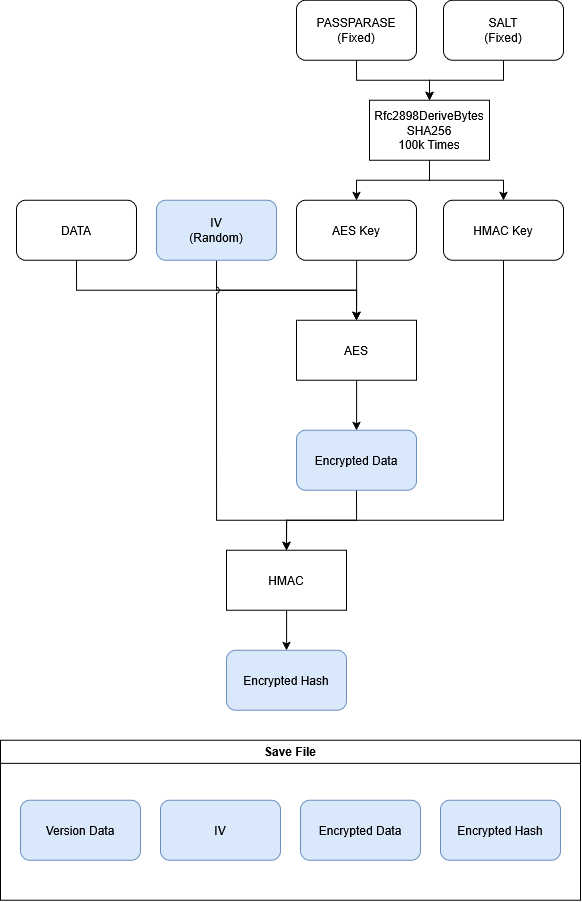
The draw.io diagram Docs/readme_Image/Save.png in JoKangHyeon/TowerAndDragon, before a commit. Source tidied: cells renumbered, new cells last; positions are measured from the earlier drawing's top-left corner, leaving out a move shared by most shapes. Its diagram source:
```xml
<mxGraphModel>
  <root>
    <mxCell id="0" />
    <mxCell id="1" parent="0" />
    <mxCell id="2" value="Save File" style="swimlane;whiteSpace=wrap;html=1;startSize=23;" parent="1" vertex="1">
      <mxGeometry y="740" width="580" height="160" as="geometry" />
    </mxCell>
    <mxCell id="3" style="group;" parent="2" vertex="1">
      <mxGeometry x="20" y="60" width="540" height="60" as="geometry" />
    </mxCell>
    <mxCell id="4" value="&lt;div&gt;IV&lt;/div&gt;" style="rounded=1;whiteSpace=wrap;html=1;fillColor=#dae8fc;strokeColor=#6c8ebf;" parent="3" vertex="1">
      <mxGeometry x="140" width="120" height="60" as="geometry" />
    </mxCell>
    <mxCell id="5" value="Version Data" style="rounded=1;whiteSpace=wrap;html=1;fillColor=#dae8fc;strokeColor=#6c8ebf;" parent="3" vertex="1">
      <mxGeometry width="120" height="60" as="geometry" />
    </mxCell>
    <mxCell id="6" value="Encrypted Data" style="rounded=1;whiteSpace=wrap;html=1;fillColor=#dae8fc;strokeColor=#6c8ebf;" parent="3" vertex="1">
      <mxGeometry x="280" width="120" height="60" as="geometry" />
    </mxCell>
    <mxCell id="7" value="Encrypted Hash" style="rounded=1;whiteSpace=wrap;html=1;fillColor=#dae8fc;strokeColor=#6c8ebf;" parent="3" vertex="1">
      <mxGeometry x="420" width="120" height="60" as="geometry" />
    </mxCell>
    <mxCell id="8" style="group;" parent="1" vertex="1">
      <mxGeometry x="16" width="547" height="710" as="geometry" />
    </mxCell>
    <mxCell id="9" style="edgeStyle=orthogonalEdgeStyle;rounded=0;jettySize=auto;html=1;exitX=0.5;exitY=1;exitDx=0;exitDy=0;entryX=0.5;entryY=0;entryDx=0;entryDy=0;" parent="8" edge="1" source="10" target="26">
      <mxGeometry relative="1" as="geometry" />
    </mxCell>
    <mxCell id="10" value="DATA" style="rounded=1;whiteSpace=wrap;html=1;" parent="8" vertex="1">
      <mxGeometry y="200" width="120" height="60" as="geometry" />
    </mxCell>
    <mxCell id="11" style="edgeStyle=orthogonalEdgeStyle;rounded=0;jettySize=auto;html=1;exitX=0.5;exitY=1;exitDx=0;exitDy=0;entryX=0.5;entryY=0;entryDx=0;entryDy=0;" parent="8" edge="1" source="12" target="17">
      <mxGeometry relative="1" as="geometry" />
    </mxCell>
    <mxCell id="12" value="&lt;div&gt;PASSPARASE&lt;/div&gt;&lt;div&gt;(Fixed)&lt;/div&gt;" style="rounded=1;whiteSpace=wrap;html=1;" parent="8" vertex="1">
      <mxGeometry x="280" width="120" height="60" as="geometry" />
    </mxCell>
    <mxCell id="13" style="edgeStyle=orthogonalEdgeStyle;rounded=0;jettySize=auto;html=1;exitX=0.5;exitY=1;exitDx=0;exitDy=0;entryX=0.5;entryY=0;entryDx=0;entryDy=0;" parent="8" edge="1" source="14" target="17">
      <mxGeometry relative="1" as="geometry" />
    </mxCell>
    <mxCell id="14" value="&lt;div&gt;SALT&lt;/div&gt;&lt;div&gt;(Fixed)&lt;/div&gt;" style="rounded=1;whiteSpace=wrap;html=1;" parent="8" vertex="1">
      <mxGeometry x="427" width="120" height="60" as="geometry" />
    </mxCell>
    <mxCell id="15" style="edgeStyle=orthogonalEdgeStyle;rounded=0;jettySize=auto;html=1;exitX=0.5;exitY=1;exitDx=0;exitDy=0;entryX=0.5;entryY=0;entryDx=0;entryDy=0;" parent="8" edge="1" source="17" target="19">
      <mxGeometry relative="1" as="geometry" />
    </mxCell>
    <mxCell id="16" style="edgeStyle=orthogonalEdgeStyle;rounded=0;jettySize=auto;html=1;exitX=0.5;exitY=1;exitDx=0;exitDy=0;entryX=0.5;entryY=0;entryDx=0;entryDy=0;" parent="8" edge="1" source="17" target="21">
      <mxGeometry relative="1" as="geometry" />
    </mxCell>
    <mxCell id="17" value="&lt;div&gt;Rfc2898DeriveBytes&lt;/div&gt;&lt;div&gt;SHA256&lt;/div&gt;&lt;div&gt;100k Times&lt;/div&gt;" style="rounded=0;whiteSpace=wrap;html=1;" parent="8" vertex="1">
      <mxGeometry x="353" y="100" width="120" height="60" as="geometry" />
    </mxCell>
    <mxCell id="18" style="edgeStyle=orthogonalEdgeStyle;rounded=0;jettySize=auto;html=1;exitX=0.5;exitY=1;exitDx=0;exitDy=0;entryX=0.5;entryY=0;entryDx=0;entryDy=0;" parent="8" edge="1" source="19" target="26">
      <mxGeometry relative="1" as="geometry" />
    </mxCell>
    <mxCell id="19" value="AES Key" style="rounded=1;whiteSpace=wrap;html=1;" parent="8" vertex="1">
      <mxGeometry x="280" y="200" width="120" height="60" as="geometry" />
    </mxCell>
    <mxCell id="20" style="edgeStyle=orthogonalEdgeStyle;rounded=0;jettySize=auto;html=1;exitX=0.5;exitY=1;exitDx=0;exitDy=0;entryX=0.5;entryY=0;entryDx=0;entryDy=0;" parent="8" edge="1" source="21">
      <mxGeometry relative="1" as="geometry">
        <mxPoint x="270" y="560" as="targetPoint" />
        <Array as="points">
          <mxPoint x="487" y="520" />
          <mxPoint x="270" y="520" />
        </Array>
      </mxGeometry>
    </mxCell>
    <mxCell id="21" value="HMAC Key" style="rounded=1;whiteSpace=wrap;html=1;" parent="8" vertex="1">
      <mxGeometry x="427" y="200" width="120" height="60" as="geometry" />
    </mxCell>
    <mxCell id="22" style="edgeStyle=orthogonalEdgeStyle;rounded=0;jettySize=auto;html=1;entryX=0.5;entryY=0;entryDx=0;entryDy=0;" parent="8" edge="1" target="26">
      <mxGeometry relative="1" as="geometry">
        <mxPoint x="200" y="260" as="sourcePoint" />
        <Array as="points">
          <mxPoint x="200" y="290" />
          <mxPoint x="340" y="290" />
        </Array>
      </mxGeometry>
    </mxCell>
    <mxCell id="23" style="edgeStyle=orthogonalEdgeStyle;rounded=0;jettySize=auto;html=1;exitX=0.5;exitY=1;exitDx=0;exitDy=0;entryX=0.5;entryY=0;entryDx=0;entryDy=0;jumpStyle=arc;" parent="8" edge="1" source="24" target="30">
      <mxGeometry relative="1" as="geometry">
        <Array as="points">
          <mxPoint x="200" y="520" />
          <mxPoint x="270" y="520" />
        </Array>
      </mxGeometry>
    </mxCell>
    <mxCell id="24" value="&lt;div&gt;IV&lt;/div&gt;&lt;div&gt;(Random)&lt;/div&gt;" style="rounded=1;whiteSpace=wrap;html=1;fillColor=#dae8fc;strokeColor=#6c8ebf;" parent="8" vertex="1">
      <mxGeometry x="140" y="200" width="120" height="60" as="geometry" />
    </mxCell>
    <mxCell id="25" style="edgeStyle=orthogonalEdgeStyle;rounded=0;jettySize=auto;html=1;exitX=0.5;exitY=1;exitDx=0;exitDy=0;entryX=0.5;entryY=0;entryDx=0;entryDy=0;" parent="8" edge="1" source="26" target="28">
      <mxGeometry relative="1" as="geometry" />
    </mxCell>
    <mxCell id="26" value="AES" style="rounded=0;whiteSpace=wrap;html=1;" parent="8" vertex="1">
      <mxGeometry x="280" y="320" width="120" height="60" as="geometry" />
    </mxCell>
    <mxCell id="27" style="edgeStyle=orthogonalEdgeStyle;rounded=0;jettySize=auto;html=1;exitX=0.5;exitY=1;exitDx=0;exitDy=0;entryX=0.5;entryY=0;entryDx=0;entryDy=0;" parent="8" edge="1" source="28" target="30">
      <mxGeometry relative="1" as="geometry" />
    </mxCell>
    <mxCell id="28" value="Encrypted Data" style="rounded=1;whiteSpace=wrap;html=1;fillColor=#dae8fc;strokeColor=#6c8ebf;" parent="8" vertex="1">
      <mxGeometry x="280" y="430" width="120" height="60" as="geometry" />
    </mxCell>
    <mxCell id="29" style="edgeStyle=orthogonalEdgeStyle;rounded=0;jettySize=auto;html=1;exitX=0.5;exitY=1;exitDx=0;exitDy=0;entryX=0.5;entryY=0;entryDx=0;entryDy=0;" parent="8" edge="1" source="30" target="31">
      <mxGeometry relative="1" as="geometry" />
    </mxCell>
    <mxCell id="30" value="&lt;div&gt;HMAC&lt;/div&gt;" style="rounded=0;whiteSpace=wrap;html=1;" parent="8" vertex="1">
      <mxGeometry x="210" y="550" width="120" height="60" as="geometry" />
    </mxCell>
    <mxCell id="31" value="Encrypted Hash" style="rounded=1;whiteSpace=wrap;html=1;fillColor=#dae8fc;strokeColor=#6c8ebf;" parent="8" vertex="1">
      <mxGeometry x="210" y="650" width="120" height="60" as="geometry" />
    </mxCell>
  </root>
</mxGraphModel>
```
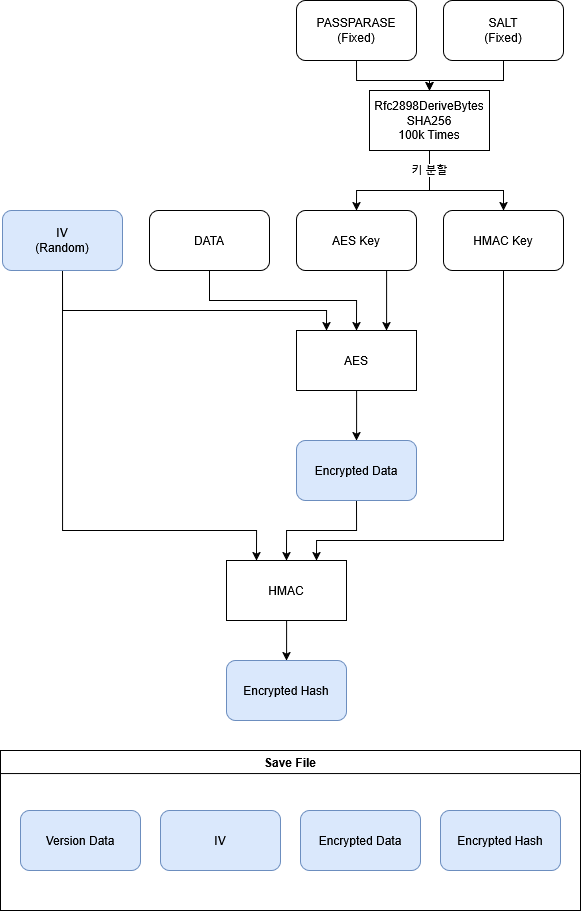
Later version of the same file.

The edit, as a diff of the source:
```diff
@@ -20,94 +20,99 @@
     <mxCell id="7" value="Encrypted Hash" style="rounded=1;whiteSpace=wrap;html=1;fillColor=#dae8fc;strokeColor=#6c8ebf;" parent="3" vertex="1">
       <mxGeometry x="420" width="120" height="60" as="geometry" />
     </mxCell>
-    <mxCell id="8" style="group;" parent="1" vertex="1">
-      <mxGeometry x="16" width="547" height="710" as="geometry" />
-    </mxCell>
-    <mxCell id="9" style="edgeStyle=orthogonalEdgeStyle;rounded=0;jettySize=auto;html=1;exitX=0.5;exitY=1;exitDx=0;exitDy=0;entryX=0.5;entryY=0;entryDx=0;entryDy=0;" parent="8" edge="1" source="10" target="26">
+    <mxCell id="9" style="edgeStyle=orthogonalEdgeStyle;rounded=0;jettySize=auto;html=1;exitX=0.5;exitY=1;exitDx=0;exitDy=0;entryX=0.5;entryY=0;entryDx=0;entryDy=0;" parent="1" edge="1" source="10" target="26">
       <mxGeometry relative="1" as="geometry" />
     </mxCell>
-    <mxCell id="10" value="DATA" style="rounded=1;whiteSpace=wrap;html=1;" parent="8" vertex="1">
-      <mxGeometry y="200" width="120" height="60" as="geometry" />
+    <mxCell id="10" value="DATA" style="rounded=1;whiteSpace=wrap;html=1;" parent="1" vertex="1">
+      <mxGeometry x="149" y="200" width="120" height="60" as="geometry" />
     </mxCell>
-    <mxCell id="11" style="edgeStyle=orthogonalEdgeStyle;rounded=0;jettySize=auto;html=1;exitX=0.5;exitY=1;exitDx=0;exitDy=0;entryX=0.5;entryY=0;entryDx=0;entryDy=0;" parent="8" edge="1" source="12" target="17">
+    <mxCell id="11" style="edgeStyle=orthogonalEdgeStyle;rounded=0;jettySize=auto;html=1;exitX=0.5;exitY=1;exitDx=0;exitDy=0;entryX=0.5;entryY=0;entryDx=0;entryDy=0;" parent="1" edge="1" source="12" target="17">
       <mxGeometry relative="1" as="geometry" />
     </mxCell>
-    <mxCell id="12" value="&lt;div&gt;PASSPARASE&lt;/div&gt;&lt;div&gt;(Fixed)&lt;/div&gt;" style="rounded=1;whiteSpace=wrap;html=1;" parent="8" vertex="1">
-      <mxGeometry x="280" width="120" height="60" as="geometry" />
+    <mxCell id="12" value="&lt;div&gt;PASSPARASE&lt;/div&gt;&lt;div&gt;(Fixed)&lt;/div&gt;" style="rounded=1;whiteSpace=wrap;html=1;" parent="1" vertex="1">
+      <mxGeometry x="296" y="-10" width="120" height="60" as="geometry" />
     </mxCell>
-    <mxCell id="13" style="edgeStyle=orthogonalEdgeStyle;rounded=0;jettySize=auto;html=1;exitX=0.5;exitY=1;exitDx=0;exitDy=0;entryX=0.5;entryY=0;entryDx=0;entryDy=0;" parent="8" edge="1" source="14" target="17">
+    <mxCell id="13" style="edgeStyle=orthogonalEdgeStyle;rounded=0;jettySize=auto;html=1;exitX=0.5;exitY=1;exitDx=0;exitDy=0;entryX=0.5;entryY=0;entryDx=0;entryDy=0;" parent="1" edge="1" source="14" target="17">
       <mxGeometry relative="1" as="geometry" />
     </mxCell>
-    <mxCell id="14" value="&lt;div&gt;SALT&lt;/div&gt;&lt;div&gt;(Fixed)&lt;/div&gt;" style="rounded=1;whiteSpace=wrap;html=1;" parent="8" vertex="1">
-      <mxGeometry x="427" width="120" height="60" as="geometry" />
+    <mxCell id="14" value="&lt;div&gt;SALT&lt;/div&gt;&lt;div&gt;(Fixed)&lt;/div&gt;" style="rounded=1;whiteSpace=wrap;html=1;" parent="1" vertex="1">
+      <mxGeometry x="443" y="-10" width="120" height="60" as="geometry" />
     </mxCell>
-    <mxCell id="15" style="edgeStyle=orthogonalEdgeStyle;rounded=0;jettySize=auto;html=1;exitX=0.5;exitY=1;exitDx=0;exitDy=0;entryX=0.5;entryY=0;entryDx=0;entryDy=0;" parent="8" edge="1" source="17" target="19">
-      <mxGeometry relative="1" as="geometry" />
+    <mxCell id="15" style="edgeStyle=orthogonalEdgeStyle;rounded=0;jettySize=auto;html=1;exitX=0.5;exitY=1;exitDx=0;exitDy=0;entryX=0.5;entryY=0;entryDx=0;entryDy=0;" parent="1" edge="1" source="17" target="19">
+      <mxGeometry relative="1" as="geometry">
+        <Array as="points">
+          <mxPoint x="429" y="180" />
+          <mxPoint x="356" y="180" />
+        </Array>
+      </mxGeometry>
     </mxCell>
-    <mxCell id="16" style="edgeStyle=orthogonalEdgeStyle;rounded=0;jettySize=auto;html=1;exitX=0.5;exitY=1;exitDx=0;exitDy=0;entryX=0.5;entryY=0;entryDx=0;entryDy=0;" parent="8" edge="1" source="17" target="21">
-      <mxGeometry relative="1" as="geometry" />
+    <mxCell id="16" value="키 분할" style="edgeStyle=orthogonalEdgeStyle;rounded=0;jettySize=auto;html=1;exitX=0.5;exitY=1;exitDx=0;exitDy=0;entryX=0.5;entryY=0;entryDx=0;entryDy=0;" parent="1" edge="1" source="17" target="21">
+      <mxGeometry x="-0.7" relative="1" as="geometry">
+        <Array as="points">
+          <mxPoint x="429" y="180" />
+          <mxPoint x="503" y="180" />
+        </Array>
+      </mxGeometry>
     </mxCell>
-    <mxCell id="17" value="&lt;div&gt;Rfc2898DeriveBytes&lt;/div&gt;&lt;div&gt;SHA256&lt;/div&gt;&lt;div&gt;100k Times&lt;/div&gt;" style="rounded=0;whiteSpace=wrap;html=1;" parent="8" vertex="1">
-      <mxGeometry x="353" y="100" width="120" height="60" as="geometry" />
+    <mxCell id="17" value="&lt;div&gt;Rfc2898DeriveBytes&lt;/div&gt;&lt;div&gt;SHA256&lt;/div&gt;&lt;div&gt;100k Times&lt;/div&gt;" style="rounded=0;whiteSpace=wrap;html=1;" parent="1" vertex="1">
+      <mxGeometry x="369" y="80" width="120" height="60" as="geometry" />
     </mxCell>
-    <mxCell id="18" style="edgeStyle=orthogonalEdgeStyle;rounded=0;jettySize=auto;html=1;exitX=0.5;exitY=1;exitDx=0;exitDy=0;entryX=0.5;entryY=0;entryDx=0;entryDy=0;" parent="8" edge="1" source="19" target="26">
+    <mxCell id="18" style="edgeStyle=orthogonalEdgeStyle;rounded=0;jettySize=auto;html=1;exitX=0.75;exitY=1;exitDx=0;exitDy=0;entryX=0.75;entryY=0;entryDx=0;entryDy=0;" parent="1" edge="1" source="19" target="26">
       <mxGeometry relative="1" as="geometry" />
     </mxCell>
-    <mxCell id="19" value="AES Key" style="rounded=1;whiteSpace=wrap;html=1;" parent="8" vertex="1">
-      <mxGeometry x="280" y="200" width="120" height="60" as="geometry" />
+    <mxCell id="19" value="AES Key" style="rounded=1;whiteSpace=wrap;html=1;" parent="1" vertex="1">
+      <mxGeometry x="296" y="200" width="120" height="60" as="geometry" />
     </mxCell>
-    <mxCell id="20" style="edgeStyle=orthogonalEdgeStyle;rounded=0;jettySize=auto;html=1;exitX=0.5;exitY=1;exitDx=0;exitDy=0;entryX=0.5;entryY=0;entryDx=0;entryDy=0;" parent="8" edge="1" source="21">
+    <mxCell id="20" style="edgeStyle=orthogonalEdgeStyle;rounded=0;jettySize=auto;html=1;exitX=0.5;exitY=1;exitDx=0;exitDy=0;entryX=0.75;entryY=0;entryDx=0;entryDy=0;" parent="1" edge="1" source="21" target="30">
       <mxGeometry relative="1" as="geometry">
-        <mxPoint x="270" y="560" as="targetPoint" />
         <Array as="points">
-          <mxPoint x="487" y="520" />
-          <mxPoint x="270" y="520" />
+          <mxPoint x="503" y="530" />
+          <mxPoint x="316" y="530" />
         </Array>
       </mxGeometry>
     </mxCell>
-    <mxCell id="21" value="HMAC Key" style="rounded=1;whiteSpace=wrap;html=1;" parent="8" vertex="1">
-      <mxGeometry x="427" y="200" width="120" height="60" as="geometry" />
+    <mxCell id="21" value="HMAC Key" style="rounded=1;whiteSpace=wrap;html=1;" parent="1" vertex="1">
+      <mxGeometry x="443" y="200" width="120" height="60" as="geometry" />
     </mxCell>
-    <mxCell id="22" style="edgeStyle=orthogonalEdgeStyle;rounded=0;jettySize=auto;html=1;entryX=0.5;entryY=0;entryDx=0;entryDy=0;" parent="8" edge="1" target="26">
-      <mxGeometry relative="1" as="geometry">
-        <mxPoint x="200" y="260" as="sourcePoint" />
-        <Array as="points">
-          <mxPoint x="200" y="290" />
-          <mxPoint x="340" y="290" />
-        </Array>
-      </mxGeometry>
-    </mxCell>
-    <mxCell id="23" style="edgeStyle=orthogonalEdgeStyle;rounded=0;jettySize=auto;html=1;exitX=0.5;exitY=1;exitDx=0;exitDy=0;entryX=0.5;entryY=0;entryDx=0;entryDy=0;jumpStyle=arc;" parent="8" edge="1" source="24" target="30">
+    <mxCell id="23" style="edgeStyle=orthogonalEdgeStyle;rounded=0;jettySize=auto;html=1;exitX=0.5;exitY=1;exitDx=0;exitDy=0;entryX=0.25;entryY=0;entryDx=0;entryDy=0;jumpStyle=arc;" parent="1" edge="1" source="24" target="30">
       <mxGeometry relative="1" as="geometry">
         <Array as="points">
-          <mxPoint x="200" y="520" />
-          <mxPoint x="270" y="520" />
+          <mxPoint x="62" y="520" />
+          <mxPoint x="256" y="520" />
         </Array>
       </mxGeometry>
     </mxCell>
+    <mxCell id="32" style="edgeStyle=orthogonalEdgeStyle;rounded=0;jettySize=auto;html=1;exitX=0.5;exitY=1;exitDx=0;exitDy=0;entryX=0.25;entryY=0;entryDx=0;entryDy=0;" parent="1" edge="1" source="24" target="26">
+      <mxGeometry relative="1" as="geometry">
+        <Array as="points">
+          <mxPoint x="62" y="300" />
+          <mxPoint x="326" y="300" />
+        </Array>
+      </mxGeometry>
+    </mxCell>
-    <mxCell id="24" value="&lt;div&gt;IV&lt;/div&gt;&lt;div&gt;(Random)&lt;/div&gt;" style="rounded=1;whiteSpace=wrap;html=1;fillColor=#dae8fc;strokeColor=#6c8ebf;" parent="8" vertex="1">
-      <mxGeometry x="140" y="200" width="120" height="60" as="geometry" />
+    <mxCell id="24" value="&lt;div&gt;IV&lt;/div&gt;&lt;div&gt;(Random)&lt;/div&gt;" style="rounded=1;whiteSpace=wrap;html=1;fillColor=#dae8fc;strokeColor=#6c8ebf;" parent="1" vertex="1">
+      <mxGeometry x="2" y="200" width="120" height="60" as="geometry" />
     </mxCell>
-    <mxCell id="25" style="edgeStyle=orthogonalEdgeStyle;rounded=0;jettySize=auto;html=1;exitX=0.5;exitY=1;exitDx=0;exitDy=0;entryX=0.5;entryY=0;entryDx=0;entryDy=0;" parent="8" edge="1" source="26" target="28">
+    <mxCell id="25" style="edgeStyle=orthogonalEdgeStyle;rounded=0;jettySize=auto;html=1;exitX=0.5;exitY=1;exitDx=0;exitDy=0;entryX=0.5;entryY=0;entryDx=0;entryDy=0;" parent="1" edge="1" source="26" target="28">
       <mxGeometry relative="1" as="geometry" />
     </mxCell>
-    <mxCell id="26" value="AES" style="rounded=0;whiteSpace=wrap;html=1;" parent="8" vertex="1">
-      <mxGeometry x="280" y="320" width="120" height="60" as="geometry" />
+    <mxCell id="26" value="AES" style="rounded=0;whiteSpace=wrap;html=1;" parent="1" vertex="1">
+      <mxGeometry x="296" y="320" width="120" height="60" as="geometry" />
     </mxCell>
-    <mxCell id="27" style="edgeStyle=orthogonalEdgeStyle;rounded=0;jettySize=auto;html=1;exitX=0.5;exitY=1;exitDx=0;exitDy=0;entryX=0.5;entryY=0;entryDx=0;entryDy=0;" parent="8" edge="1" source="28" target="30">
+    <mxCell id="27" style="edgeStyle=orthogonalEdgeStyle;rounded=0;jettySize=auto;html=1;exitX=0.5;exitY=1;exitDx=0;exitDy=0;entryX=0.5;entryY=0;entryDx=0;entryDy=0;" parent="1" edge="1" source="28" target="30">
       <mxGeometry relative="1" as="geometry" />
     </mxCell>
-    <mxCell id="28" value="Encrypted Data" style="rounded=1;whiteSpace=wrap;html=1;fillColor=#dae8fc;strokeColor=#6c8ebf;" parent="8" vertex="1">
-      <mxGeometry x="280" y="430" width="120" height="60" as="geometry" />
+    <mxCell id="28" value="Encrypted Data" style="rounded=1;whiteSpace=wrap;html=1;fillColor=#dae8fc;strokeColor=#6c8ebf;" parent="1" vertex="1">
+      <mxGeometry x="296" y="430" width="120" height="60" as="geometry" />
     </mxCell>
-    <mxCell id="29" style="edgeStyle=orthogonalEdgeStyle;rounded=0;jettySize=auto;html=1;exitX=0.5;exitY=1;exitDx=0;exitDy=0;entryX=0.5;entryY=0;entryDx=0;entryDy=0;" parent="8" edge="1" source="30" target="31">
+    <mxCell id="29" style="edgeStyle=orthogonalEdgeStyle;rounded=0;jettySize=auto;html=1;exitX=0.5;exitY=1;exitDx=0;exitDy=0;entryX=0.5;entryY=0;entryDx=0;entryDy=0;" parent="1" edge="1" source="30" target="31">
       <mxGeometry relative="1" as="geometry" />
     </mxCell>
-    <mxCell id="30" value="&lt;div&gt;HMAC&lt;/div&gt;" style="rounded=0;whiteSpace=wrap;html=1;" parent="8" vertex="1">
-      <mxGeometry x="210" y="550" width="120" height="60" as="geometry" />
+    <mxCell id="30" value="&lt;div&gt;HMAC&lt;/div&gt;" style="rounded=0;whiteSpace=wrap;html=1;" parent="1" vertex="1">
+      <mxGeometry x="226" y="550" width="120" height="60" as="geometry" />
     </mxCell>
-    <mxCell id="31" value="Encrypted Hash" style="rounded=1;whiteSpace=wrap;html=1;fillColor=#dae8fc;strokeColor=#6c8ebf;" parent="8" vertex="1">
-      <mxGeometry x="210" y="650" width="120" height="60" as="geometry" />
+    <mxCell id="31" value="Encrypted Hash" style="rounded=1;whiteSpace=wrap;html=1;fillColor=#dae8fc;strokeColor=#6c8ebf;" parent="1" vertex="1">
+      <mxGeometry x="226" y="650" width="120" height="60" as="geometry" />
     </mxCell>
   </root>
 </mxGraphModel>
```
